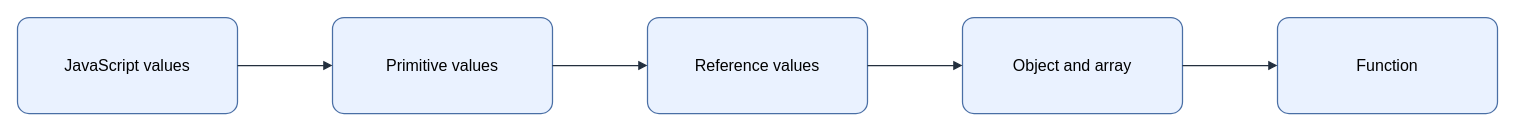
This is assets/img/javascript/javascript-data-type-model.drawio from KKamJi98/kkamji98.github.io, a draw.io file, before an edit. Source tidied: cells renumbered, new cells numbered last; positions are measured from the earlier drawing's top-left corner, leaving out a move shared by most shapes. Both pictures are drawn from the tidied source at 100%, with x=0, y=0 at pixel (17, 17).
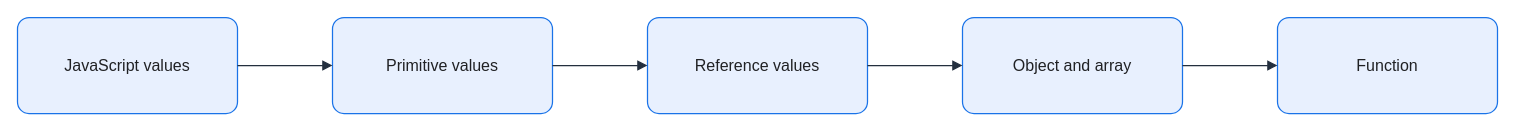
The same page after the edit.

Diff of the diagram source:
```diff
@@
 <mxGraphModel background="#FFFFFF">
   <root>
     <mxCell id="0" />
     <mxCell id="1" parent="0" />
-    <mxCell id="2" value="JavaScript values" style="rounded=1;arcSize=12;whiteSpace=wrap;html=0;fillColor=#EAF2FF;strokeColor=#4A6FA5;strokeWidth=1.25;fontColor=#000000;fontSize=16;align=center;verticalAlign=middle;spacing=8;shadow=0;" parent="1" vertex="1">
+    <mxCell id="2" value="JavaScript values" style="rounded=1;arcSize=12;whiteSpace=wrap;html=0;fillColor=#E8F0FE;strokeColor=#1A73E8;strokeWidth=1.25;fontColor=#202124;fontSize=16;align=center;verticalAlign=middle;spacing=8;shadow=0;" parent="1" vertex="1">
       <mxGeometry width="220" height="96" as="geometry" />
     </mxCell>
-    <mxCell id="3" value="Primitive values" style="rounded=1;arcSize=12;whiteSpace=wrap;html=0;fillColor=#EAF2FF;strokeColor=#4A6FA5;strokeWidth=1.25;fontColor=#000000;fontSize=16;align=center;verticalAlign=middle;spacing=8;shadow=0;" parent="1" vertex="1">
+    <mxCell id="3" value="Primitive values" style="rounded=1;arcSize=12;whiteSpace=wrap;html=0;fillColor=#E8F0FE;strokeColor=#1A73E8;strokeWidth=1.25;fontColor=#202124;fontSize=16;align=center;verticalAlign=middle;spacing=8;shadow=0;" parent="1" vertex="1">
       <mxGeometry x="315" width="220" height="96" as="geometry" />
     </mxCell>
-    <mxCell id="4" value="Reference values" style="rounded=1;arcSize=12;whiteSpace=wrap;html=0;fillColor=#EAF2FF;strokeColor=#4A6FA5;strokeWidth=1.25;fontColor=#000000;fontSize=16;align=center;verticalAlign=middle;spacing=8;shadow=0;" parent="1" vertex="1">
+    <mxCell id="4" value="Reference values" style="rounded=1;arcSize=12;whiteSpace=wrap;html=0;fillColor=#E8F0FE;strokeColor=#1A73E8;strokeWidth=1.25;fontColor=#202124;fontSize=16;align=center;verticalAlign=middle;spacing=8;shadow=0;" parent="1" vertex="1">
       <mxGeometry x="630" width="220" height="96" as="geometry" />
     </mxCell>
-    <mxCell id="5" value="Object and array" style="rounded=1;arcSize=12;whiteSpace=wrap;html=0;fillColor=#EAF2FF;strokeColor=#4A6FA5;strokeWidth=1.25;fontColor=#000000;fontSize=16;align=center;verticalAlign=middle;spacing=8;shadow=0;" parent="1" vertex="1">
+    <mxCell id="5" value="Object and array" style="rounded=1;arcSize=12;whiteSpace=wrap;html=0;fillColor=#E8F0FE;strokeColor=#1A73E8;strokeWidth=1.25;fontColor=#202124;fontSize=16;align=center;verticalAlign=middle;spacing=8;shadow=0;" parent="1" vertex="1">
       <mxGeometry x="945" width="220" height="96" as="geometry" />
     </mxCell>
-    <mxCell id="6" value="Function" style="rounded=1;arcSize=12;whiteSpace=wrap;html=0;fillColor=#EAF2FF;strokeColor=#4A6FA5;strokeWidth=1.25;fontColor=#000000;fontSize=16;align=center;verticalAlign=middle;spacing=8;shadow=0;" parent="1" vertex="1">
+    <mxCell id="6" value="Function" style="rounded=1;arcSize=12;whiteSpace=wrap;html=0;fillColor=#E8F0FE;strokeColor=#1A73E8;strokeWidth=1.25;fontColor=#202124;fontSize=16;align=center;verticalAlign=middle;spacing=8;shadow=0;" parent="1" vertex="1">
       <mxGeometry x="1260" width="220" height="96" as="geometry" />
     </mxCell>
-    <mxCell id="7" style="edgeStyle=orthogonalEdgeStyle;rounded=0;jettySize=auto;html=0;endArrow=block;endFill=1;strokeColor=#232F3E;strokeWidth=1.25;fontColor=#000000;labelBackgroundColor=none;exitX=1;exitY=0.5;exitDx=0;exitDy=0;entryX=0;entryY=0.5;entryDx=0;entryDy=0;" parent="1" edge="1" source="2" target="3">
+    <mxCell id="7" style="edgeStyle=orthogonalEdgeStyle;rounded=0;jettySize=auto;html=0;endArrow=block;endFill=1;strokeColor=#232F3E;strokeWidth=1.25;fontColor=#202124;labelBackgroundColor=none;exitX=1;exitY=0.5;exitDx=0;exitDy=0;entryX=0;entryY=0.5;entryDx=0;entryDy=0;endSize=7;" parent="1" edge="1" source="2" target="3">
       <mxGeometry relative="1" as="geometry" />
     </mxCell>
-    <mxCell id="8" style="edgeStyle=orthogonalEdgeStyle;rounded=0;jettySize=auto;html=0;endArrow=block;endFill=1;strokeColor=#232F3E;strokeWidth=1.25;fontColor=#000000;labelBackgroundColor=none;exitX=1;exitY=0.5;exitDx=0;exitDy=0;entryX=0;entryY=0.5;entryDx=0;entryDy=0;" parent="1" edge="1" source="3" target="4">
+    <mxCell id="8" style="edgeStyle=orthogonalEdgeStyle;rounded=0;jettySize=auto;html=0;endArrow=block;endFill=1;strokeColor=#232F3E;strokeWidth=1.25;fontColor=#202124;labelBackgroundColor=none;exitX=1;exitY=0.5;exitDx=0;exitDy=0;entryX=0;entryY=0.5;entryDx=0;entryDy=0;endSize=7;" parent="1" edge="1" source="3" target="4">
       <mxGeometry relative="1" as="geometry" />
     </mxCell>
-    <mxCell id="9" style="edgeStyle=orthogonalEdgeStyle;rounded=0;jettySize=auto;html=0;endArrow=block;endFill=1;strokeColor=#232F3E;strokeWidth=1.25;fontColor=#000000;labelBackgroundColor=none;exitX=1;exitY=0.5;exitDx=0;exitDy=0;entryX=0;entryY=0.5;entryDx=0;entryDy=0;" parent="1" edge="1" source="4" target="5">
+    <mxCell id="9" style="edgeStyle=orthogonalEdgeStyle;rounded=0;jettySize=auto;html=0;endArrow=block;endFill=1;strokeColor=#232F3E;strokeWidth=1.25;fontColor=#202124;labelBackgroundColor=none;exitX=1;exitY=0.5;exitDx=0;exitDy=0;entryX=0;entryY=0.5;entryDx=0;entryDy=0;endSize=7;" parent="1" edge="1" source="4" target="5">
       <mxGeometry relative="1" as="geometry" />
     </mxCell>
-    <mxCell id="10" style="edgeStyle=orthogonalEdgeStyle;rounded=0;jettySize=auto;html=0;endArrow=block;endFill=1;strokeColor=#232F3E;strokeWidth=1.25;fontColor=#000000;labelBackgroundColor=none;exitX=1;exitY=0.5;exitDx=0;exitDy=0;entryX=0;entryY=0.5;entryDx=0;entryDy=0;" parent="1" edge="1" source="5" target="6">
+    <mxCell id="10" style="edgeStyle=orthogonalEdgeStyle;rounded=0;jettySize=auto;html=0;endArrow=block;endFill=1;strokeColor=#232F3E;strokeWidth=1.25;fontColor=#202124;labelBackgroundColor=none;exitX=1;exitY=0.5;exitDx=0;exitDy=0;entryX=0;entryY=0.5;entryDx=0;entryDy=0;endSize=7;" parent="1" edge="1" source="5" target="6">
       <mxGeometry relative="1" as="geometry" />
     </mxCell>
   </root>
 </mxGraphModel>
```
